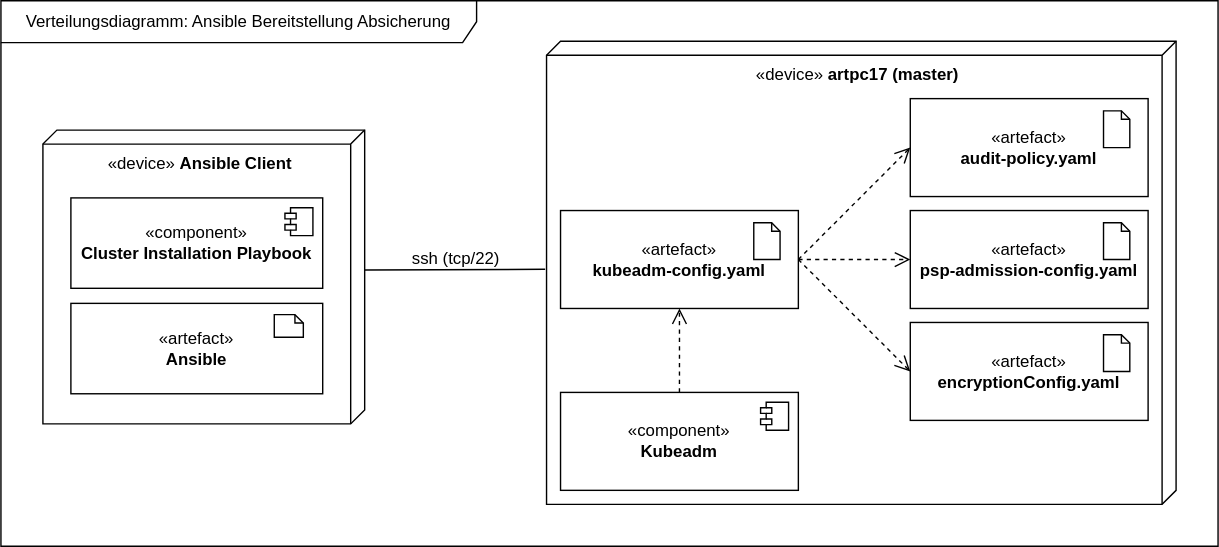
Earlier version of the draw.io export uni-bsc/ansible-hardening.drawio.svg (pogii123/drawio-charts). Source tidied: cells renumbered, new cells last; positions are measured from the earlier drawing's top-left corner, leaving out a move shared by most shapes.
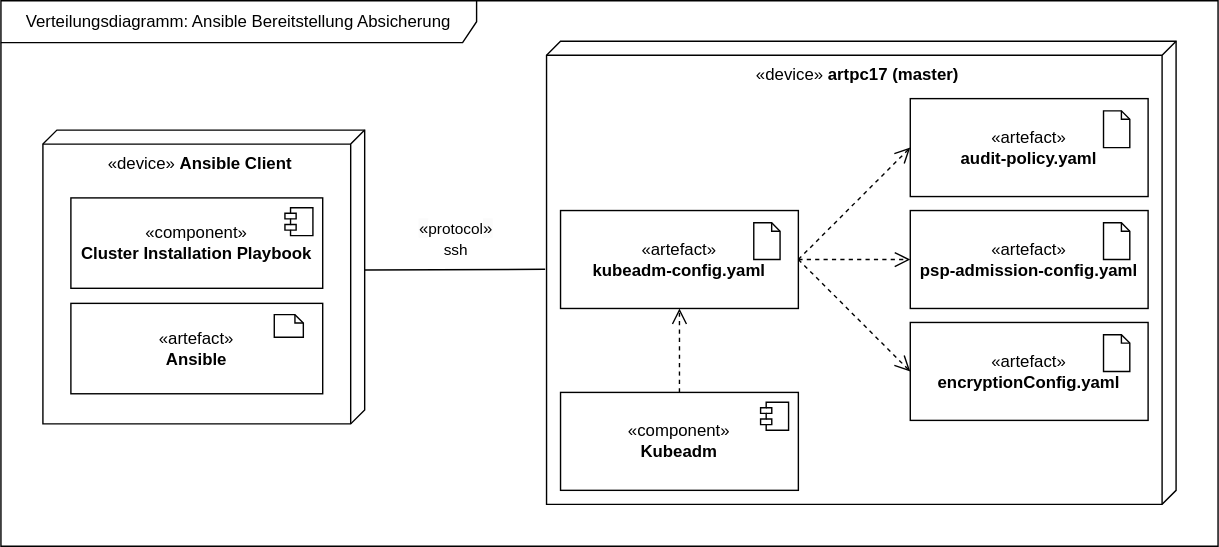
Above is the later version.

Diff of the diagram source:
```diff
@@ -94,8 +94,8 @@
         <mxPoint x="389" y="192" as="targetPoint" />
       </mxGeometry>
     </mxCell>
-    <mxCell id="30" value="ssh (tcp/22)" style="text;html=1;align=center;verticalAlign=middle;strokeColor=none;fillColor=none;" parent="1" vertex="1">
-      <mxGeometry x="280" y="170" width="90" height="30" as="geometry" />
+    <mxCell id="30" value="&lt;span style=&quot;text-wrap: wrap; background-color: rgb(251, 251, 251);&quot;&gt;«&lt;/span&gt;&lt;span style=&quot;font-size: 11px; background-color: rgb(255, 255, 255);&quot;&gt;protocol&lt;/span&gt;&lt;span style=&quot;text-wrap: wrap; background-color: rgb(251, 251, 251);&quot;&gt;»&lt;/span&gt;&lt;br style=&quot;font-size: 11px;&quot;&gt;&lt;span style=&quot;font-size: 11px; background-color: rgb(255, 255, 255);&quot;&gt;ssh&lt;/span&gt;" style="text;html=1;align=center;verticalAlign=middle;strokeColor=none;fillColor=none;" parent="1" vertex="1">
+      <mxGeometry x="285" y="150" width="80" height="40" as="geometry" />
     </mxCell>
   </root>
 </mxGraphModel>
```
